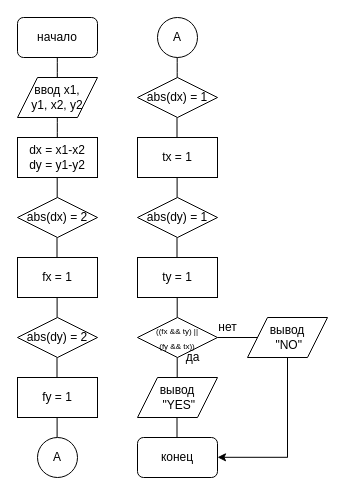
Above: Untitled Diagram.drawio in AGCher/TiMP_lab1 (draw.io), before the change. Source tidied: cells renumbered, new cells numbered last; positions are measured from the earlier drawing's top-left corner, leaving out a move shared by most shapes. Both pictures are drawn from the tidied source at 100%, with x=0, y=0 at pixel (17, 17).
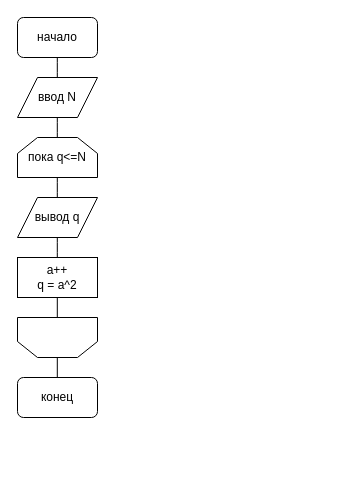
Above is the later version.

Change to the diagram source:
```diff
@@
-    <mxCell id="3" value="ввод x1,&lt;br&gt;y1, x2, y2" style="shape=parallelogram;perimeter=parallelogramPerimeter;whiteSpace=wrap;html=1;fixedSize=1;" parent="1" vertex="1">
+    <mxCell id="3" value="ввод N" style="shape=parallelogram;perimeter=parallelogramPerimeter;whiteSpace=wrap;html=1;fixedSize=1;" parent="1" vertex="1">
       <mxGeometry y="60" width="80" height="40" as="geometry" />
     </mxCell>
@@
-    <mxCell id="6" value="abs(dx) = 2" style="rhombus;whiteSpace=wrap;html=1;" parent="1" vertex="1">
-      <mxGeometry y="180" width="80" height="40" as="geometry" />
-    </mxCell>
-    <mxCell id="7" style="endArrow=none;html=1;" parent="1" edge="1">
-      <mxGeometry relative="1" as="geometry">
-        <mxPoint x="39.5" y="240" as="sourcePoint" />
-        <mxPoint x="39.5" y="220" as="targetPoint" />
-      </mxGeometry>
-    </mxCell>
     <mxCell id="8" value="конец" style="rounded=1;whiteSpace=wrap;html=1;" parent="1" vertex="1">
-      <mxGeometry x="120" y="420" width="80" height="40" as="geometry" />
+      <mxGeometry y="360" width="80" height="40" as="geometry" />
     </mxCell>
-    <mxCell id="9" style="endArrow=none;html=1;" parent="1" edge="1">
-      <mxGeometry relative="1" as="geometry">
-        <mxPoint x="39.6" y="300" as="sourcePoint" />
-        <mxPoint x="39.6" y="280" as="targetPoint" />
-      </mxGeometry>
-    </mxCell>
-    <mxCell id="10" value="dx = x1-x2&lt;br&gt;dy = y1-y2" style="rounded=0;whiteSpace=wrap;html=1;" parent="1" vertex="1">
-      <mxGeometry y="120" width="80" height="40" as="geometry" />
-    </mxCell>
-    <mxCell id="11" style="endArrow=none;html=1;" parent="1" edge="1">
-      <mxGeometry relative="1" as="geometry">
-        <mxPoint x="39.7" y="180" as="sourcePoint" />
-        <mxPoint x="39.7" y="160" as="targetPoint" />
-      </mxGeometry>
-    </mxCell>
-    <mxCell id="12" value="fx = 1" style="rounded=0;whiteSpace=wrap;html=1;" parent="1" vertex="1">
-      <mxGeometry y="240" width="80" height="40" as="geometry" />
-    </mxCell>
-    <mxCell id="13" value="abs(dy) = 2" style="rhombus;whiteSpace=wrap;html=1;" parent="1" vertex="1">
-      <mxGeometry y="300" width="80" height="40" as="geometry" />
-    </mxCell>
-    <mxCell id="14" style="endArrow=none;html=1;" parent="1" edge="1">
-      <mxGeometry relative="1" as="geometry">
-        <mxPoint x="39.5" y="360" as="sourcePoint" />
-        <mxPoint x="39.5" y="340" as="targetPoint" />
-      </mxGeometry>
-    </mxCell>
-    <mxCell id="15" style="endArrow=none;html=1;" parent="1" edge="1">
-      <mxGeometry relative="1" as="geometry">
-        <mxPoint x="39.6" y="420" as="sourcePoint" />
-        <mxPoint x="39.6" y="400" as="targetPoint" />
-      </mxGeometry>
-    </mxCell>
-    <mxCell id="16" value="fy = 1" style="rounded=0;whiteSpace=wrap;html=1;" parent="1" vertex="1">
-      <mxGeometry y="360" width="80" height="40" as="geometry" />
-    </mxCell>
-    <mxCell id="17" value="A" style="ellipse;whiteSpace=wrap;html=1;" parent="1" vertex="1">
-      <mxGeometry x="20" y="420" width="40" height="40" as="geometry" />
-    </mxCell>
-    <mxCell id="18" value="A" style="ellipse;whiteSpace=wrap;html=1;" parent="1" vertex="1">
-      <mxGeometry x="140" width="40" height="40" as="geometry" />
-    </mxCell>
-    <mxCell id="19" value="abs(dx) = 1" style="rhombus;whiteSpace=wrap;html=1;" parent="1" vertex="1">
-      <mxGeometry x="120" y="60" width="80" height="40" as="geometry" />
-    </mxCell>
-    <mxCell id="20" style="endArrow=none;html=1;" parent="1" edge="1">
-      <mxGeometry relative="1" as="geometry">
-        <mxPoint x="159.5" y="120" as="sourcePoint" />
-        <mxPoint x="159.5" y="100" as="targetPoint" />
-      </mxGeometry>
-    </mxCell>
-    <mxCell id="21" style="endArrow=none;html=1;" parent="1" edge="1">
-      <mxGeometry relative="1" as="geometry">
-        <mxPoint x="159.6" y="180" as="sourcePoint" />
-        <mxPoint x="159.6" y="160" as="targetPoint" />
-      </mxGeometry>
-    </mxCell>
-    <mxCell id="22" value="tx = 1" style="rounded=0;whiteSpace=wrap;html=1;" parent="1" vertex="1">
-      <mxGeometry x="120" y="120" width="80" height="40" as="geometry" />
-    </mxCell>
-    <mxCell id="23" value="abs(dy) = 1" style="rhombus;whiteSpace=wrap;html=1;" parent="1" vertex="1">
-      <mxGeometry x="120" y="180" width="80" height="40" as="geometry" />
-    </mxCell>
-    <mxCell id="24" style="endArrow=none;html=1;" parent="1" edge="1">
-      <mxGeometry relative="1" as="geometry">
-        <mxPoint x="159.5" y="240" as="sourcePoint" />
-        <mxPoint x="159.5" y="220" as="targetPoint" />
-      </mxGeometry>
-    </mxCell>
-    <mxCell id="25" value="ty = 1" style="rounded=0;whiteSpace=wrap;html=1;" parent="1" vertex="1">
-      <mxGeometry x="120" y="240" width="80" height="40" as="geometry" />
-    </mxCell>
-    <mxCell id="26" style="endArrow=none;html=1;" parent="1" edge="1">
-      <mxGeometry relative="1" as="geometry">
-        <mxPoint x="159.7" y="60" as="sourcePoint" />
-        <mxPoint x="159.7" y="40" as="targetPoint" />
-        <Array as="points">
-          <mxPoint x="159.7" y="50" />
-        </Array>
-      </mxGeometry>
-    </mxCell>
-    <mxCell id="27" style="endArrow=none;html=1;" parent="1" edge="1">
-      <mxGeometry relative="1" as="geometry">
-        <mxPoint x="159.7" y="300" as="sourcePoint" />
-        <mxPoint x="159.7" y="280" as="targetPoint" />
-      </mxGeometry>
-    </mxCell>
-    <mxCell id="28" value="&lt;font style=&quot;font-size: 8px&quot;&gt;((fx &amp;amp;&amp;amp; ty) ||&lt;br&gt;(fy &amp;amp;&amp;amp; tx))&lt;/font&gt;" style="rhombus;whiteSpace=wrap;html=1;" parent="1" vertex="1">
-      <mxGeometry x="120" y="300" width="80" height="40" as="geometry" />
-    </mxCell>
-    <mxCell id="29" style="endArrow=none;html=1;" parent="1" edge="1">
-      <mxGeometry relative="1" as="geometry">
-        <mxPoint x="159.7" y="360" as="sourcePoint" />
-        <mxPoint x="159.7" y="340" as="targetPoint" />
-      </mxGeometry>
-    </mxCell>
-    <mxCell id="30" style="endArrow=none;html=1;" parent="1" edge="1">
-      <mxGeometry relative="1" as="geometry">
-        <mxPoint x="200" y="320" as="sourcePoint" />
-        <mxPoint x="240" y="320" as="targetPoint" />
-      </mxGeometry>
-    </mxCell>
-    <mxCell id="31" value="да" style="text;html=1;align=center;verticalAlign=middle;strokeColor=none;" parent="1" vertex="1">
-      <mxGeometry x="160" y="330" width="30" height="20" as="geometry" />
-    </mxCell>
-    <mxCell id="32" value="нет" style="text;html=1;align=center;verticalAlign=middle;strokeColor=none;" parent="1" vertex="1">
-      <mxGeometry x="195" y="300" width="30" height="20" as="geometry" />
-    </mxCell>
-    <mxCell id="33" value="вывод&lt;br&gt;&amp;nbsp;&quot;YES&quot;" style="shape=parallelogram;perimeter=parallelogramPerimeter;whiteSpace=wrap;html=1;fixedSize=1;" parent="1" vertex="1">
-      <mxGeometry x="120" y="360" width="80" height="40" as="geometry" />
-    </mxCell>
-    <mxCell id="34" value="вывод&lt;br&gt;&amp;nbsp;&quot;NO&quot;" style="shape=parallelogram;perimeter=parallelogramPerimeter;whiteSpace=wrap;html=1;fixedSize=1;" parent="1" vertex="1">
-      <mxGeometry x="230" y="300" width="80" height="40" as="geometry" />
-    </mxCell>
-    <mxCell id="35" style="endArrow=none;html=1;" parent="1" edge="1">
-      <mxGeometry relative="1" as="geometry">
-        <mxPoint x="270" y="440" as="sourcePoint" />
-        <mxPoint x="270" y="340" as="targetPoint" />
-      </mxGeometry>
-    </mxCell>
-    <mxCell id="36" style="endArrow=classic;html=1;" parent="1" edge="1">
-      <mxGeometry relative="1" as="geometry">
-        <mxPoint x="270" y="439.8" as="sourcePoint" />
-        <mxPoint x="200" y="439.8" as="targetPoint" />
-      </mxGeometry>
-    </mxCell>
     <mxCell id="37" style="endArrow=none;html=1;" parent="1" edge="1">
       <mxGeometry relative="1" as="geometry">
-        <mxPoint x="159.5" y="420" as="sourcePoint" />
-        <mxPoint x="159.5" y="400" as="targetPoint" />
+        <mxPoint x="39.8" y="360" as="sourcePoint" />
+        <mxPoint x="39.8" y="340" as="targetPoint" />
       </mxGeometry>
     </mxCell>
+    <mxCell id="38" value="пока q&amp;lt;=N" style="shape=loopLimit;whiteSpace=wrap;html=1;size=20;" parent="1" vertex="1">
+      <mxGeometry y="120" width="80" height="40" as="geometry" />
+    </mxCell>
+    <mxCell id="39" value="a++&lt;br&gt;q = a^2" style="rounded=0;whiteSpace=wrap;html=1;" parent="1" vertex="1">
+      <mxGeometry y="240" width="80" height="40" as="geometry" />
+    </mxCell>
+    <mxCell id="40" value="вывод q" style="shape=parallelogram;perimeter=parallelogramPerimeter;whiteSpace=wrap;html=1;fixedSize=1;" parent="1" vertex="1">
+      <mxGeometry y="180" width="80" height="40" as="geometry" />
+    </mxCell>
+    <mxCell id="41" style="endArrow=none;html=1;" parent="1" edge="1">
+      <mxGeometry relative="1" as="geometry">
+        <mxPoint x="39.8" y="180" as="sourcePoint" />
+        <mxPoint x="39.8" y="160" as="targetPoint" />
+        <Array as="points">
+          <mxPoint x="39.8" y="170" />
+        </Array>
+      </mxGeometry>
+    </mxCell>
+    <mxCell id="42" style="endArrow=none;html=1;" parent="1" edge="1">
+      <mxGeometry relative="1" as="geometry">
+        <mxPoint x="39.8" y="240" as="sourcePoint" />
+        <mxPoint x="39.8" y="220" as="targetPoint" />
+        <Array as="points">
+          <mxPoint x="39.8" y="230" />
+        </Array>
+      </mxGeometry>
+    </mxCell>
+    <mxCell id="43" style="shape=loopLimit;whiteSpace=wrap;html=1;size=20;rotation=-180;" parent="1" vertex="1">
+      <mxGeometry y="300" width="80" height="40" as="geometry" />
+    </mxCell>
+    <mxCell id="44" style="endArrow=none;html=1;" parent="1" edge="1">
+      <mxGeometry relative="1" as="geometry">
+        <mxPoint x="39.8" y="300" as="sourcePoint" />
+        <mxPoint x="39.8" y="280" as="targetPoint" />
+      </mxGeometry>
+    </mxCell>
```
